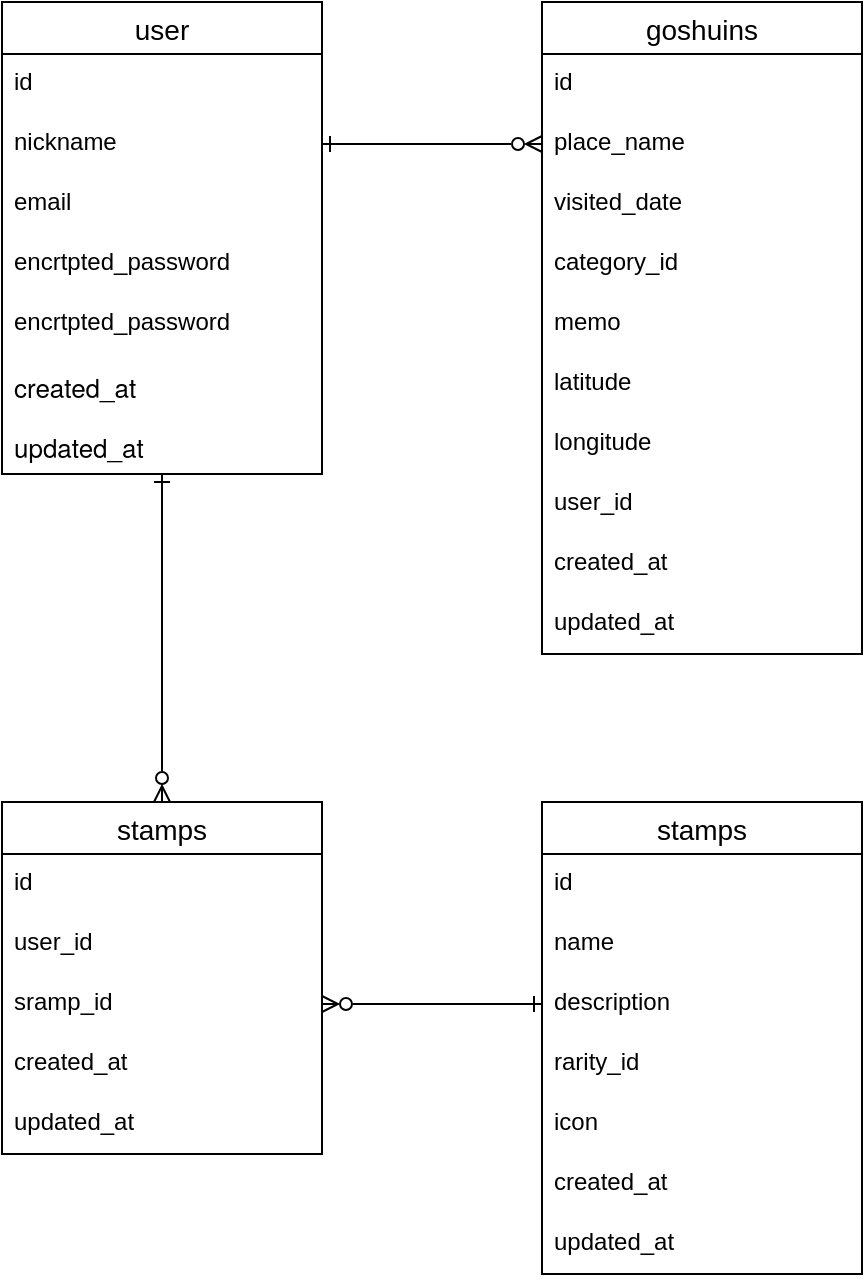
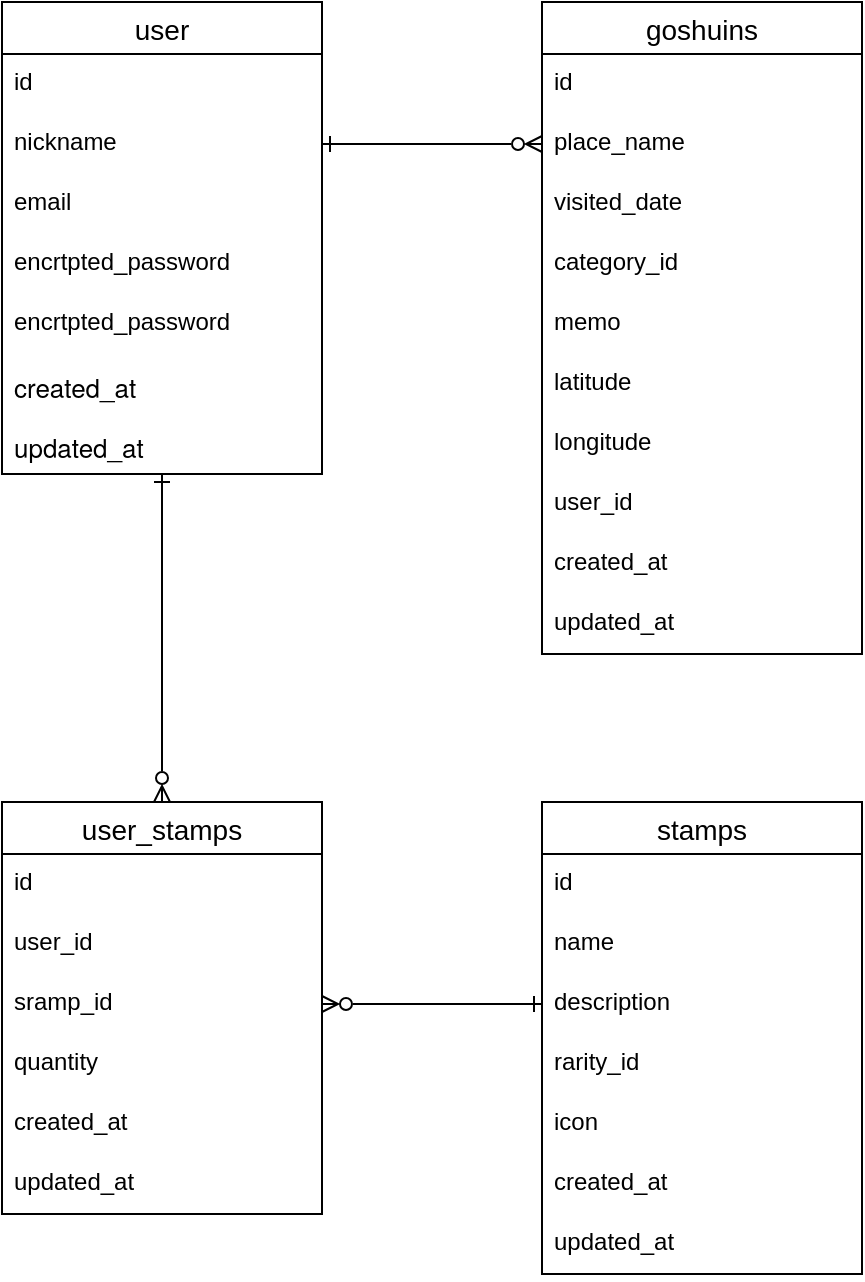
<mxfile host="65bd71144e">
    <diagram id="Px55Nl0v8AaABVkK6v64" name="ページ1">
-         <mxGraphModel dx="451" dy="695" grid="1" gridSize="10" guides="1" tooltips="1" connect="1" arrows="1" fold="1" page="1" pageScale="1" pageWidth="827" pageHeight="1169" math="0" shadow="0">
+         <mxGraphModel dx="417" dy="302" grid="1" gridSize="10" guides="1" tooltips="1" connect="1" arrows="1" fold="1" page="1" pageScale="1" pageWidth="827" pageHeight="1169" math="0" shadow="0">
            <root>
                <mxCell id="0"/>
                <mxCell id="1" parent="0"/>
-                 <mxCell id="62" style="edgeStyle=none;html=1;entryX=0.5;entryY=0;entryDx=0;entryDy=0;startArrow=ERone;startFill=0;endArrow=ERzeroToMany;endFill=0;" edge="1" parent="1" source="15" target="50">
+                 <mxCell id="62" style="edgeStyle=none;html=1;entryX=0.5;entryY=0;entryDx=0;entryDy=0;startArrow=ERone;startFill=0;endArrow=ERzeroToMany;endFill=0;" parent="1" source="15" target="50" edge="1">
                    <mxGeometry relative="1" as="geometry"/>
                </mxCell>
-                 <mxCell id="15" value="user" style="swimlane;fontStyle=0;childLayout=stackLayout;horizontal=1;startSize=26;horizontalStack=0;resizeParent=1;resizeParentMax=0;resizeLast=0;collapsible=1;marginBottom=0;align=center;fontSize=14;" vertex="1" parent="1">
+                 <mxCell id="15" value="user" style="swimlane;fontStyle=0;childLayout=stackLayout;horizontal=1;startSize=26;horizontalStack=0;resizeParent=1;resizeParentMax=0;resizeLast=0;collapsible=1;marginBottom=0;align=center;fontSize=14;" parent="1" vertex="1">
                    <mxGeometry x="80" y="160" width="160" height="236" as="geometry"/>
                </mxCell>
-                 <mxCell id="21" value="id" style="text;strokeColor=none;fillColor=none;spacingLeft=4;spacingRight=4;overflow=hidden;rotatable=0;points=[[0,0.5],[1,0.5]];portConstraint=eastwest;fontSize=12;whiteSpace=wrap;html=1;" vertex="1" parent="15">
+                 <mxCell id="21" value="id" style="text;strokeColor=none;fillColor=none;spacingLeft=4;spacingRight=4;overflow=hidden;rotatable=0;points=[[0,0.5],[1,0.5]];portConstraint=eastwest;fontSize=12;whiteSpace=wrap;html=1;" parent="15" vertex="1">
                    <mxGeometry y="26" width="160" height="30" as="geometry"/>
                </mxCell>
-                 <mxCell id="17" value="nickname" style="text;strokeColor=none;fillColor=none;spacingLeft=4;spacingRight=4;overflow=hidden;rotatable=0;points=[[0,0.5],[1,0.5]];portConstraint=eastwest;fontSize=12;whiteSpace=wrap;html=1;" vertex="1" parent="15">
+                 <mxCell id="17" value="nickname" style="text;strokeColor=none;fillColor=none;spacingLeft=4;spacingRight=4;overflow=hidden;rotatable=0;points=[[0,0.5],[1,0.5]];portConstraint=eastwest;fontSize=12;whiteSpace=wrap;html=1;" parent="15" vertex="1">
                    <mxGeometry y="56" width="160" height="30" as="geometry"/>
                </mxCell>
-                 <mxCell id="19" value="email" style="text;strokeColor=none;fillColor=none;spacingLeft=4;spacingRight=4;overflow=hidden;rotatable=0;points=[[0,0.5],[1,0.5]];portConstraint=eastwest;fontSize=12;whiteSpace=wrap;html=1;" vertex="1" parent="15">
+                 <mxCell id="19" value="email" style="text;strokeColor=none;fillColor=none;spacingLeft=4;spacingRight=4;overflow=hidden;rotatable=0;points=[[0,0.5],[1,0.5]];portConstraint=eastwest;fontSize=12;whiteSpace=wrap;html=1;" parent="15" vertex="1">
                    <mxGeometry y="86" width="160" height="30" as="geometry"/>
                </mxCell>
-                 <mxCell id="18" value="encrtpted_password" style="text;strokeColor=none;fillColor=none;spacingLeft=4;spacingRight=4;overflow=hidden;rotatable=0;points=[[0,0.5],[1,0.5]];portConstraint=eastwest;fontSize=12;whiteSpace=wrap;html=1;" vertex="1" parent="15">
+                 <mxCell id="18" value="encrtpted_password" style="text;strokeColor=none;fillColor=none;spacingLeft=4;spacingRight=4;overflow=hidden;rotatable=0;points=[[0,0.5],[1,0.5]];portConstraint=eastwest;fontSize=12;whiteSpace=wrap;html=1;" parent="15" vertex="1">
                    <mxGeometry y="116" width="160" height="30" as="geometry"/>
                </mxCell>
-                 <mxCell id="37" value="encrtpted_password" style="text;strokeColor=none;fillColor=none;spacingLeft=4;spacingRight=4;overflow=hidden;rotatable=0;points=[[0,0.5],[1,0.5]];portConstraint=eastwest;fontSize=12;whiteSpace=wrap;html=1;" vertex="1" parent="15">
+                 <mxCell id="37" value="encrtpted_password" style="text;strokeColor=none;fillColor=none;spacingLeft=4;spacingRight=4;overflow=hidden;rotatable=0;points=[[0,0.5],[1,0.5]];portConstraint=eastwest;fontSize=12;whiteSpace=wrap;html=1;" parent="15" vertex="1">
                    <mxGeometry y="146" width="160" height="30" as="geometry"/>
                </mxCell>
-                 <mxCell id="38" value="&lt;p style=&quot;margin: 0px; font-variant-numeric: normal; font-variant-east-asian: normal; font-variant-alternates: normal; font-size-adjust: none; font-kerning: auto; font-optical-sizing: auto; font-feature-settings: normal; font-variation-settings: normal; font-variant-position: normal; font-variant-emoji: normal; font-stretch: normal; font-size: 13px; line-height: normal; font-family: &amp;quot;Helvetica Neue&amp;quot;; color: rgb(0, 0, 0);&quot; class=&quot;p1&quot;&gt;created_at&lt;/p&gt;" style="text;strokeColor=none;fillColor=none;spacingLeft=4;spacingRight=4;overflow=hidden;rotatable=0;points=[[0,0.5],[1,0.5]];portConstraint=eastwest;fontSize=12;whiteSpace=wrap;html=1;" vertex="1" parent="15">
+                 <mxCell id="38" value="&lt;p style=&quot;margin: 0px; font-variant-numeric: normal; font-variant-east-asian: normal; font-variant-alternates: normal; font-size-adjust: none; font-kerning: auto; font-optical-sizing: auto; font-feature-settings: normal; font-variation-settings: normal; font-variant-position: normal; font-variant-emoji: normal; font-stretch: normal; font-size: 13px; line-height: normal; font-family: &amp;quot;Helvetica Neue&amp;quot;; color: rgb(0, 0, 0);&quot; class=&quot;p1&quot;&gt;created_at&lt;/p&gt;" style="text;strokeColor=none;fillColor=none;spacingLeft=4;spacingRight=4;overflow=hidden;rotatable=0;points=[[0,0.5],[1,0.5]];portConstraint=eastwest;fontSize=12;whiteSpace=wrap;html=1;" parent="15" vertex="1">
                    <mxGeometry y="176" width="160" height="30" as="geometry"/>
                </mxCell>
-                 <mxCell id="39" value="&lt;p style=&quot;margin: 0px; font-variant-numeric: normal; font-variant-east-asian: normal; font-variant-alternates: normal; font-size-adjust: none; font-kerning: auto; font-optical-sizing: auto; font-feature-settings: normal; font-variation-settings: normal; font-variant-position: normal; font-variant-emoji: normal; font-stretch: normal; font-size: 13px; line-height: normal; font-family: &amp;quot;Helvetica Neue&amp;quot;; color: rgb(0, 0, 0);&quot; class=&quot;p1&quot;&gt;updated_at&lt;/p&gt;" style="text;strokeColor=none;fillColor=none;spacingLeft=4;spacingRight=4;overflow=hidden;rotatable=0;points=[[0,0.5],[1,0.5]];portConstraint=eastwest;fontSize=12;whiteSpace=wrap;html=1;" vertex="1" parent="15">
+                 <mxCell id="39" value="&lt;p style=&quot;margin: 0px; font-variant-numeric: normal; font-variant-east-asian: normal; font-variant-alternates: normal; font-size-adjust: none; font-kerning: auto; font-optical-sizing: auto; font-feature-settings: normal; font-variation-settings: normal; font-variant-position: normal; font-variant-emoji: normal; font-stretch: normal; font-size: 13px; line-height: normal; font-family: &amp;quot;Helvetica Neue&amp;quot;; color: rgb(0, 0, 0);&quot; class=&quot;p1&quot;&gt;updated_at&lt;/p&gt;" style="text;strokeColor=none;fillColor=none;spacingLeft=4;spacingRight=4;overflow=hidden;rotatable=0;points=[[0,0.5],[1,0.5]];portConstraint=eastwest;fontSize=12;whiteSpace=wrap;html=1;" parent="15" vertex="1">
                    <mxGeometry y="206" width="160" height="30" as="geometry"/>
                </mxCell>
-                 <mxCell id="22" value="goshuins" style="swimlane;fontStyle=0;childLayout=stackLayout;horizontal=1;startSize=26;horizontalStack=0;resizeParent=1;resizeParentMax=0;resizeLast=0;collapsible=1;marginBottom=0;align=center;fontSize=14;" vertex="1" parent="1">
+                 <mxCell id="22" value="goshuins" style="swimlane;fontStyle=0;childLayout=stackLayout;horizontal=1;startSize=26;horizontalStack=0;resizeParent=1;resizeParentMax=0;resizeLast=0;collapsible=1;marginBottom=0;align=center;fontSize=14;" parent="1" vertex="1">
                    <mxGeometry x="350" y="160" width="160" height="326" as="geometry"/>
                </mxCell>
-                 <mxCell id="23" value="id" style="text;strokeColor=none;fillColor=none;spacingLeft=4;spacingRight=4;overflow=hidden;rotatable=0;points=[[0,0.5],[1,0.5]];portConstraint=eastwest;fontSize=12;whiteSpace=wrap;html=1;" vertex="1" parent="22">
+                 <mxCell id="23" value="id" style="text;strokeColor=none;fillColor=none;spacingLeft=4;spacingRight=4;overflow=hidden;rotatable=0;points=[[0,0.5],[1,0.5]];portConstraint=eastwest;fontSize=12;whiteSpace=wrap;html=1;" parent="22" vertex="1">
                    <mxGeometry y="26" width="160" height="30" as="geometry"/>
                </mxCell>
-                 <mxCell id="24" value="place_name" style="text;strokeColor=none;fillColor=none;spacingLeft=4;spacingRight=4;overflow=hidden;rotatable=0;points=[[0,0.5],[1,0.5]];portConstraint=eastwest;fontSize=12;whiteSpace=wrap;html=1;" vertex="1" parent="22">
+                 <mxCell id="24" value="place_name" style="text;strokeColor=none;fillColor=none;spacingLeft=4;spacingRight=4;overflow=hidden;rotatable=0;points=[[0,0.5],[1,0.5]];portConstraint=eastwest;fontSize=12;whiteSpace=wrap;html=1;" parent="22" vertex="1">
                    <mxGeometry y="56" width="160" height="30" as="geometry"/>
                </mxCell>
-                 <mxCell id="25" value="visited_date" style="text;strokeColor=none;fillColor=none;spacingLeft=4;spacingRight=4;overflow=hidden;rotatable=0;points=[[0,0.5],[1,0.5]];portConstraint=eastwest;fontSize=12;whiteSpace=wrap;html=1;" vertex="1" parent="22">
+                 <mxCell id="25" value="visited_date" style="text;strokeColor=none;fillColor=none;spacingLeft=4;spacingRight=4;overflow=hidden;rotatable=0;points=[[0,0.5],[1,0.5]];portConstraint=eastwest;fontSize=12;whiteSpace=wrap;html=1;" parent="22" vertex="1">
                    <mxGeometry y="86" width="160" height="30" as="geometry"/>
                </mxCell>
-                 <mxCell id="26" value="category_id" style="text;strokeColor=none;fillColor=none;spacingLeft=4;spacingRight=4;overflow=hidden;rotatable=0;points=[[0,0.5],[1,0.5]];portConstraint=eastwest;fontSize=12;whiteSpace=wrap;html=1;" vertex="1" parent="22">
+                 <mxCell id="26" value="category_id" style="text;strokeColor=none;fillColor=none;spacingLeft=4;spacingRight=4;overflow=hidden;rotatable=0;points=[[0,0.5],[1,0.5]];portConstraint=eastwest;fontSize=12;whiteSpace=wrap;html=1;" parent="22" vertex="1">
                    <mxGeometry y="116" width="160" height="30" as="geometry"/>
                </mxCell>
-                 <mxCell id="27" value="memo" style="text;strokeColor=none;fillColor=none;spacingLeft=4;spacingRight=4;overflow=hidden;rotatable=0;points=[[0,0.5],[1,0.5]];portConstraint=eastwest;fontSize=12;whiteSpace=wrap;html=1;" vertex="1" parent="22">
+                 <mxCell id="27" value="memo" style="text;strokeColor=none;fillColor=none;spacingLeft=4;spacingRight=4;overflow=hidden;rotatable=0;points=[[0,0.5],[1,0.5]];portConstraint=eastwest;fontSize=12;whiteSpace=wrap;html=1;" parent="22" vertex="1">
                    <mxGeometry y="146" width="160" height="30" as="geometry"/>
                </mxCell>
-                 <mxCell id="28" value="latitude" style="text;strokeColor=none;fillColor=none;spacingLeft=4;spacingRight=4;overflow=hidden;rotatable=0;points=[[0,0.5],[1,0.5]];portConstraint=eastwest;fontSize=12;whiteSpace=wrap;html=1;" vertex="1" parent="22">
+                 <mxCell id="28" value="latitude" style="text;strokeColor=none;fillColor=none;spacingLeft=4;spacingRight=4;overflow=hidden;rotatable=0;points=[[0,0.5],[1,0.5]];portConstraint=eastwest;fontSize=12;whiteSpace=wrap;html=1;" parent="22" vertex="1">
                    <mxGeometry y="176" width="160" height="30" as="geometry"/>
                </mxCell>
-                 <mxCell id="35" value="longitude" style="text;strokeColor=none;fillColor=none;spacingLeft=4;spacingRight=4;overflow=hidden;rotatable=0;points=[[0,0.5],[1,0.5]];portConstraint=eastwest;fontSize=12;whiteSpace=wrap;html=1;" vertex="1" parent="22">
+                 <mxCell id="35" value="longitude" style="text;strokeColor=none;fillColor=none;spacingLeft=4;spacingRight=4;overflow=hidden;rotatable=0;points=[[0,0.5],[1,0.5]];portConstraint=eastwest;fontSize=12;whiteSpace=wrap;html=1;" parent="22" vertex="1">
                    <mxGeometry y="206" width="160" height="30" as="geometry"/>
                </mxCell>
-                 <mxCell id="36" value="user_id" style="text;strokeColor=none;fillColor=none;spacingLeft=4;spacingRight=4;overflow=hidden;rotatable=0;points=[[0,0.5],[1,0.5]];portConstraint=eastwest;fontSize=12;whiteSpace=wrap;html=1;" vertex="1" parent="22">
+                 <mxCell id="36" value="user_id" style="text;strokeColor=none;fillColor=none;spacingLeft=4;spacingRight=4;overflow=hidden;rotatable=0;points=[[0,0.5],[1,0.5]];portConstraint=eastwest;fontSize=12;whiteSpace=wrap;html=1;" parent="22" vertex="1">
                    <mxGeometry y="236" width="160" height="30" as="geometry"/>
                </mxCell>
-                 <mxCell id="40" value="created_at" style="text;strokeColor=none;fillColor=none;spacingLeft=4;spacingRight=4;overflow=hidden;rotatable=0;points=[[0,0.5],[1,0.5]];portConstraint=eastwest;fontSize=12;whiteSpace=wrap;html=1;" vertex="1" parent="22">
+                 <mxCell id="40" value="created_at" style="text;strokeColor=none;fillColor=none;spacingLeft=4;spacingRight=4;overflow=hidden;rotatable=0;points=[[0,0.5],[1,0.5]];portConstraint=eastwest;fontSize=12;whiteSpace=wrap;html=1;" parent="22" vertex="1">
                    <mxGeometry y="266" width="160" height="30" as="geometry"/>
                </mxCell>
-                 <mxCell id="41" value="updated_at" style="text;strokeColor=none;fillColor=none;spacingLeft=4;spacingRight=4;overflow=hidden;rotatable=0;points=[[0,0.5],[1,0.5]];portConstraint=eastwest;fontSize=12;whiteSpace=wrap;html=1;" vertex="1" parent="22">
+                 <mxCell id="41" value="updated_at" style="text;strokeColor=none;fillColor=none;spacingLeft=4;spacingRight=4;overflow=hidden;rotatable=0;points=[[0,0.5],[1,0.5]];portConstraint=eastwest;fontSize=12;whiteSpace=wrap;html=1;" parent="22" vertex="1">
                    <mxGeometry y="296" width="160" height="30" as="geometry"/>
                </mxCell>
-                 <mxCell id="31" value="" style="edgeStyle=entityRelationEdgeStyle;fontSize=12;html=1;endArrow=ERzeroToMany;exitX=1;exitY=0.5;exitDx=0;exitDy=0;entryX=0;entryY=0.5;entryDx=0;entryDy=0;startArrow=ERone;startFill=0;endFill=0;" edge="1" parent="1" source="17" target="24">
+                 <mxCell id="31" value="" style="edgeStyle=entityRelationEdgeStyle;fontSize=12;html=1;endArrow=ERzeroToMany;exitX=1;exitY=0.5;exitDx=0;exitDy=0;entryX=0;entryY=0.5;entryDx=0;entryDy=0;startArrow=ERone;startFill=0;endFill=0;" parent="1" source="17" target="24" edge="1">
                    <mxGeometry width="100" height="100" relative="1" as="geometry">
                        <mxPoint x="300" y="330" as="sourcePoint"/>
                        <mxPoint x="330" y="230" as="targetPoint"/>
                    </mxGeometry>
                </mxCell>
-                 <mxCell id="42" value="stamps" style="swimlane;fontStyle=0;childLayout=stackLayout;horizontal=1;startSize=26;horizontalStack=0;resizeParent=1;resizeParentMax=0;resizeLast=0;collapsible=1;marginBottom=0;align=center;fontSize=14;" vertex="1" parent="1">
+                 <mxCell id="42" value="stamps" style="swimlane;fontStyle=0;childLayout=stackLayout;horizontal=1;startSize=26;horizontalStack=0;resizeParent=1;resizeParentMax=0;resizeLast=0;collapsible=1;marginBottom=0;align=center;fontSize=14;" parent="1" vertex="1">
                    <mxGeometry x="350" y="560" width="160" height="236" as="geometry"/>
                </mxCell>
-                 <mxCell id="43" value="id" style="text;strokeColor=none;fillColor=none;spacingLeft=4;spacingRight=4;overflow=hidden;rotatable=0;points=[[0,0.5],[1,0.5]];portConstraint=eastwest;fontSize=12;whiteSpace=wrap;html=1;" vertex="1" parent="42">
+                 <mxCell id="43" value="id" style="text;strokeColor=none;fillColor=none;spacingLeft=4;spacingRight=4;overflow=hidden;rotatable=0;points=[[0,0.5],[1,0.5]];portConstraint=eastwest;fontSize=12;whiteSpace=wrap;html=1;" parent="42" vertex="1">
                    <mxGeometry y="26" width="160" height="30" as="geometry"/>
                </mxCell>
-                 <mxCell id="44" value="name" style="text;strokeColor=none;fillColor=none;spacingLeft=4;spacingRight=4;overflow=hidden;rotatable=0;points=[[0,0.5],[1,0.5]];portConstraint=eastwest;fontSize=12;whiteSpace=wrap;html=1;" vertex="1" parent="42">
+                 <mxCell id="44" value="name" style="text;strokeColor=none;fillColor=none;spacingLeft=4;spacingRight=4;overflow=hidden;rotatable=0;points=[[0,0.5],[1,0.5]];portConstraint=eastwest;fontSize=12;whiteSpace=wrap;html=1;" parent="42" vertex="1">
                    <mxGeometry y="56" width="160" height="30" as="geometry"/>
                </mxCell>
-                 <mxCell id="45" value="description" style="text;strokeColor=none;fillColor=none;spacingLeft=4;spacingRight=4;overflow=hidden;rotatable=0;points=[[0,0.5],[1,0.5]];portConstraint=eastwest;fontSize=12;whiteSpace=wrap;html=1;" vertex="1" parent="42">
+                 <mxCell id="45" value="description" style="text;strokeColor=none;fillColor=none;spacingLeft=4;spacingRight=4;overflow=hidden;rotatable=0;points=[[0,0.5],[1,0.5]];portConstraint=eastwest;fontSize=12;whiteSpace=wrap;html=1;" parent="42" vertex="1">
                    <mxGeometry y="86" width="160" height="30" as="geometry"/>
                </mxCell>
-                 <mxCell id="46" value="rarity_id" style="text;strokeColor=none;fillColor=none;spacingLeft=4;spacingRight=4;overflow=hidden;rotatable=0;points=[[0,0.5],[1,0.5]];portConstraint=eastwest;fontSize=12;whiteSpace=wrap;html=1;" vertex="1" parent="42">
+                 <mxCell id="46" value="rarity_id" style="text;strokeColor=none;fillColor=none;spacingLeft=4;spacingRight=4;overflow=hidden;rotatable=0;points=[[0,0.5],[1,0.5]];portConstraint=eastwest;fontSize=12;whiteSpace=wrap;html=1;" parent="42" vertex="1">
                    <mxGeometry y="116" width="160" height="30" as="geometry"/>
                </mxCell>
-                 <mxCell id="47" value="icon" style="text;strokeColor=none;fillColor=none;spacingLeft=4;spacingRight=4;overflow=hidden;rotatable=0;points=[[0,0.5],[1,0.5]];portConstraint=eastwest;fontSize=12;whiteSpace=wrap;html=1;" vertex="1" parent="42">
+                 <mxCell id="47" value="icon" style="text;strokeColor=none;fillColor=none;spacingLeft=4;spacingRight=4;overflow=hidden;rotatable=0;points=[[0,0.5],[1,0.5]];portConstraint=eastwest;fontSize=12;whiteSpace=wrap;html=1;" parent="42" vertex="1">
                    <mxGeometry y="146" width="160" height="30" as="geometry"/>
                </mxCell>
-                 <mxCell id="48" value="created_at" style="text;strokeColor=none;fillColor=none;spacingLeft=4;spacingRight=4;overflow=hidden;rotatable=0;points=[[0,0.5],[1,0.5]];portConstraint=eastwest;fontSize=12;whiteSpace=wrap;html=1;" vertex="1" parent="42">
+                 <mxCell id="48" value="created_at" style="text;strokeColor=none;fillColor=none;spacingLeft=4;spacingRight=4;overflow=hidden;rotatable=0;points=[[0,0.5],[1,0.5]];portConstraint=eastwest;fontSize=12;whiteSpace=wrap;html=1;" parent="42" vertex="1">
                    <mxGeometry y="176" width="160" height="30" as="geometry"/>
                </mxCell>
-                 <mxCell id="49" value="updated_at" style="text;strokeColor=none;fillColor=none;spacingLeft=4;spacingRight=4;overflow=hidden;rotatable=0;points=[[0,0.5],[1,0.5]];portConstraint=eastwest;fontSize=12;whiteSpace=wrap;html=1;" vertex="1" parent="42">
+                 <mxCell id="49" value="updated_at" style="text;strokeColor=none;fillColor=none;spacingLeft=4;spacingRight=4;overflow=hidden;rotatable=0;points=[[0,0.5],[1,0.5]];portConstraint=eastwest;fontSize=12;whiteSpace=wrap;html=1;" parent="42" vertex="1">
                    <mxGeometry y="206" width="160" height="30" as="geometry"/>
                </mxCell>
-                 <mxCell id="50" value="stamps" style="swimlane;fontStyle=0;childLayout=stackLayout;horizontal=1;startSize=26;horizontalStack=0;resizeParent=1;resizeParentMax=0;resizeLast=0;collapsible=1;marginBottom=0;align=center;fontSize=14;" vertex="1" parent="1">
-                     <mxGeometry x="80" y="560" width="160" height="176" as="geometry"/>
+                 <mxCell id="50" value="user_stamps" style="swimlane;fontStyle=0;childLayout=stackLayout;horizontal=1;startSize=26;horizontalStack=0;resizeParent=1;resizeParentMax=0;resizeLast=0;collapsible=1;marginBottom=0;align=center;fontSize=14;" parent="1" vertex="1">
+                     <mxGeometry x="80" y="560" width="160" height="206" as="geometry"/>
                </mxCell>
-                 <mxCell id="51" value="id" style="text;strokeColor=none;fillColor=none;spacingLeft=4;spacingRight=4;overflow=hidden;rotatable=0;points=[[0,0.5],[1,0.5]];portConstraint=eastwest;fontSize=12;whiteSpace=wrap;html=1;" vertex="1" parent="50">
+                 <mxCell id="51" value="id" style="text;strokeColor=none;fillColor=none;spacingLeft=4;spacingRight=4;overflow=hidden;rotatable=0;points=[[0,0.5],[1,0.5]];portConstraint=eastwest;fontSize=12;whiteSpace=wrap;html=1;" parent="50" vertex="1">
                    <mxGeometry y="26" width="160" height="30" as="geometry"/>
                </mxCell>
-                 <mxCell id="52" value="user_id" style="text;strokeColor=none;fillColor=none;spacingLeft=4;spacingRight=4;overflow=hidden;rotatable=0;points=[[0,0.5],[1,0.5]];portConstraint=eastwest;fontSize=12;whiteSpace=wrap;html=1;" vertex="1" parent="50">
+                 <mxCell id="52" value="user_id" style="text;strokeColor=none;fillColor=none;spacingLeft=4;spacingRight=4;overflow=hidden;rotatable=0;points=[[0,0.5],[1,0.5]];portConstraint=eastwest;fontSize=12;whiteSpace=wrap;html=1;" parent="50" vertex="1">
                    <mxGeometry y="56" width="160" height="30" as="geometry"/>
                </mxCell>
-                 <mxCell id="53" value="sramp_id" style="text;strokeColor=none;fillColor=none;spacingLeft=4;spacingRight=4;overflow=hidden;rotatable=0;points=[[0,0.5],[1,0.5]];portConstraint=eastwest;fontSize=12;whiteSpace=wrap;html=1;" vertex="1" parent="50">
+                 <mxCell id="53" value="sramp_id" style="text;strokeColor=none;fillColor=none;spacingLeft=4;spacingRight=4;overflow=hidden;rotatable=0;points=[[0,0.5],[1,0.5]];portConstraint=eastwest;fontSize=12;whiteSpace=wrap;html=1;" parent="50" vertex="1">
                    <mxGeometry y="86" width="160" height="30" as="geometry"/>
                </mxCell>
-                 <mxCell id="54" value="created_at" style="text;strokeColor=none;fillColor=none;spacingLeft=4;spacingRight=4;overflow=hidden;rotatable=0;points=[[0,0.5],[1,0.5]];portConstraint=eastwest;fontSize=12;whiteSpace=wrap;html=1;" vertex="1" parent="50">
+                 <mxCell id="64" value="quantity" style="text;strokeColor=none;fillColor=none;spacingLeft=4;spacingRight=4;overflow=hidden;rotatable=0;points=[[0,0.5],[1,0.5]];portConstraint=eastwest;fontSize=12;whiteSpace=wrap;html=1;" vertex="1" parent="50">
                    <mxGeometry y="116" width="160" height="30" as="geometry"/>
                </mxCell>
-                 <mxCell id="55" value="updated_at" style="text;strokeColor=none;fillColor=none;spacingLeft=4;spacingRight=4;overflow=hidden;rotatable=0;points=[[0,0.5],[1,0.5]];portConstraint=eastwest;fontSize=12;whiteSpace=wrap;html=1;" vertex="1" parent="50">
+                 <mxCell id="54" value="created_at" style="text;strokeColor=none;fillColor=none;spacingLeft=4;spacingRight=4;overflow=hidden;rotatable=0;points=[[0,0.5],[1,0.5]];portConstraint=eastwest;fontSize=12;whiteSpace=wrap;html=1;" parent="50" vertex="1">
                    <mxGeometry y="146" width="160" height="30" as="geometry"/>
                </mxCell>
-                 <mxCell id="63" style="edgeStyle=none;html=1;entryX=0;entryY=0.5;entryDx=0;entryDy=0;startArrow=ERzeroToMany;startFill=0;endArrow=ERone;endFill=0;" edge="1" parent="1" source="53" target="45">
+                 <mxCell id="55" value="updated_at" style="text;strokeColor=none;fillColor=none;spacingLeft=4;spacingRight=4;overflow=hidden;rotatable=0;points=[[0,0.5],[1,0.5]];portConstraint=eastwest;fontSize=12;whiteSpace=wrap;html=1;" parent="50" vertex="1">
+                     <mxGeometry y="176" width="160" height="30" as="geometry"/>
+                 </mxCell>
+                 <mxCell id="63" style="edgeStyle=none;html=1;entryX=0;entryY=0.5;entryDx=0;entryDy=0;startArrow=ERzeroToMany;startFill=0;endArrow=ERone;endFill=0;" parent="1" source="53" target="45" edge="1">
                    <mxGeometry relative="1" as="geometry"/>
                </mxCell>
            </root>
        </mxGraphModel>
    </diagram>
</mxfile>